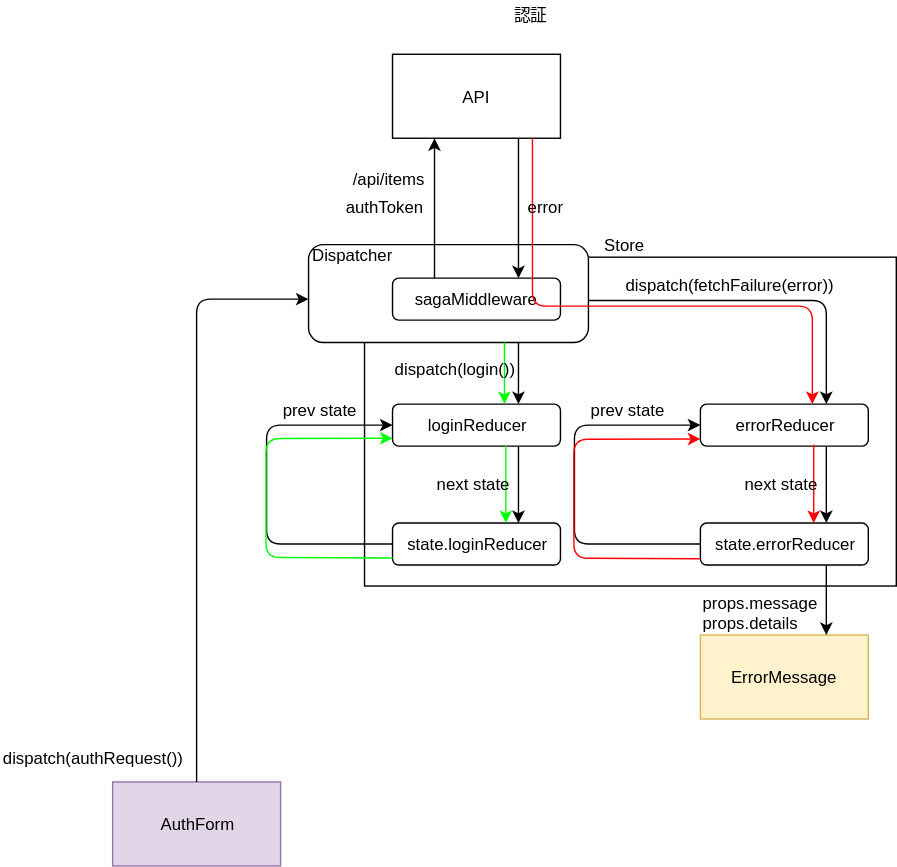
The draw.io diagram diagram/dataFlow/auth.svg in emgniddikur/react-app, before a commit. Source tidied: cells renumbered, new cells last; positions are measured from the earlier drawing's top-left corner, leaving out a move shared by most shapes.
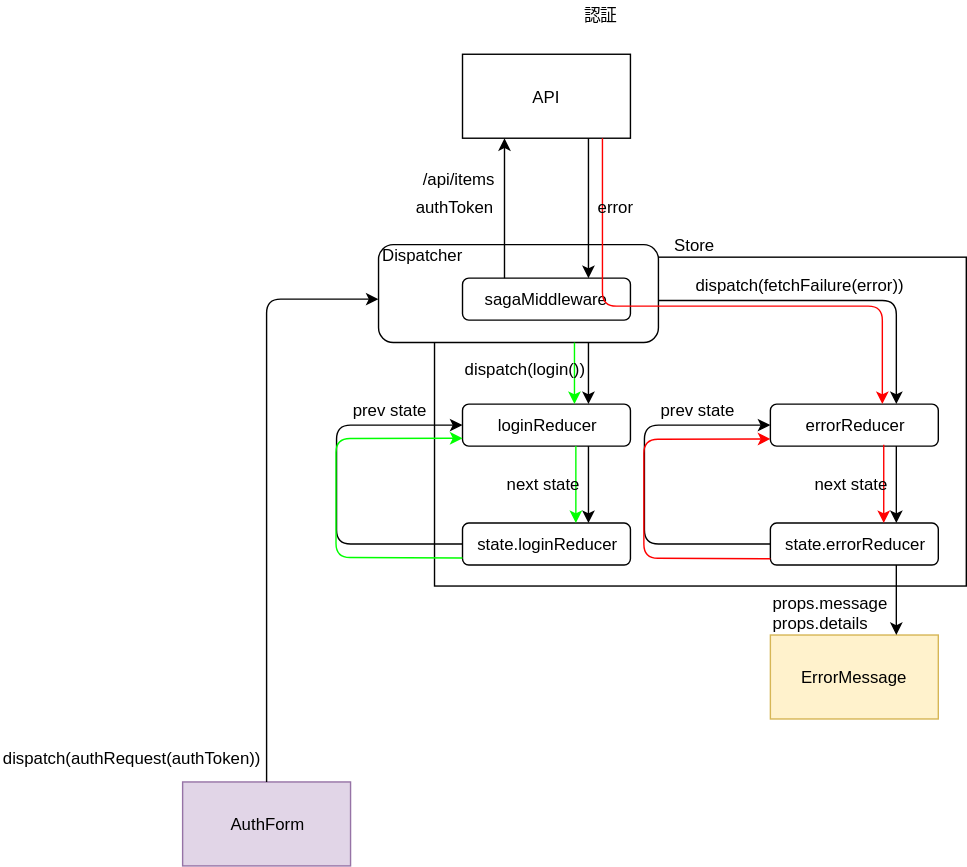
The same diagram one commit later.

Commit message:
[Fix] NavコンポーネントをContainerに変更、Buttonの名前を変更、authRequest(authToken)

What changed in the source:
```diff
@@ -109,8 +109,8 @@
         </Array>
       </mxGeometry>
     </mxCell>
-    <mxCell id="28" value="dispatch(authRequest())" style="text;html=1;align=left;verticalAlign=top;spacingTop=-4;" parent="1" vertex="1">
-      <mxGeometry y="532" width="140" height="20" as="geometry" />
+    <mxCell id="28" value="dispatch(authRequest(authToken))" style="text;html=1;align=left;verticalAlign=top;spacingTop=-4;" parent="1" vertex="1">
+      <mxGeometry x="-50" y="532" width="200" height="20" as="geometry" />
     </mxCell>
     <mxCell id="29" style="endArrow=classic;html=1;strokeColor=#FF0000;entryX=0.667;entryY=0.013;entryDx=0;entryDy=0;entryPerimeter=0;" parent="1" edge="1" target="12">
       <mxGeometry relative="1" as="geometry">
```
